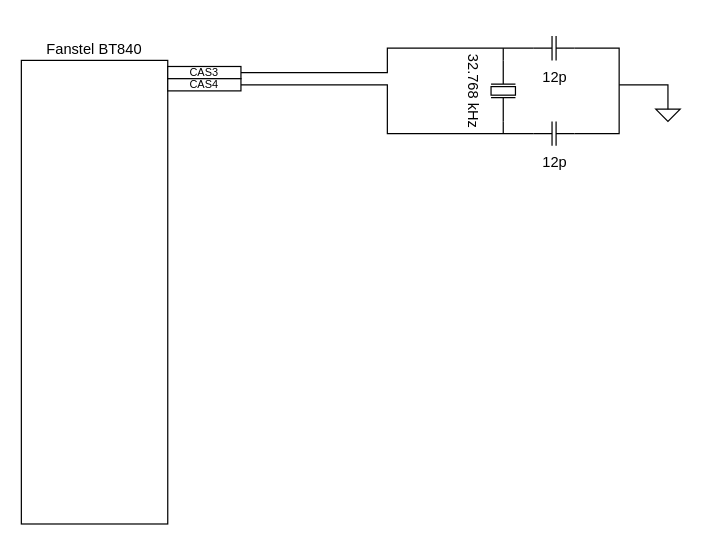
The draw.io diagram Untitled Diagram.drawio in StevenKnudsen/LowPowerLEDSmartWatch, before the edit. Source tidied: cells renumbered, new cells numbered last; positions are measured from the earlier drawing's top-left corner, leaving out a move shared by most shapes. Both pictures are drawn from the tidied source at 122%, with x=0, y=0 at pixel (21, 35).
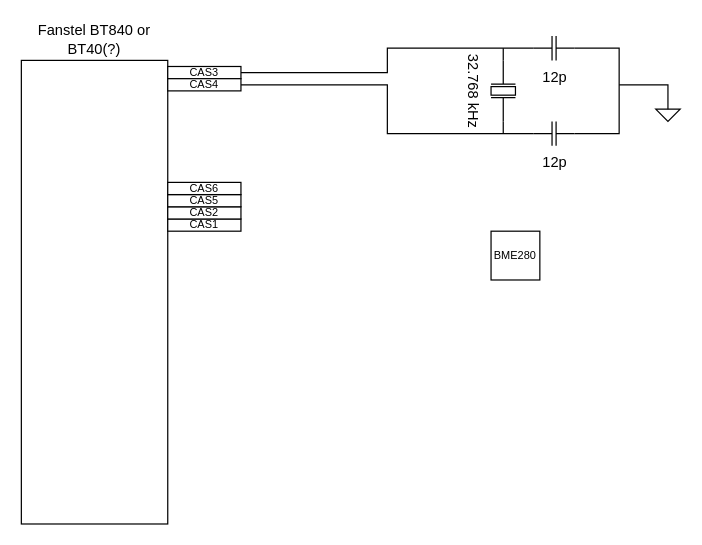
After the change.

What changed in the source:
```diff
@@
-    <mxCell id="2" value="Fanstel BT840" style="rounded=0;whiteSpace=wrap;html=1;align=center;labelPosition=center;verticalLabelPosition=top;verticalAlign=bottom;" parent="1" vertex="1">
+    <mxCell id="2" value="Fanstel BT840 or BT40(?)" style="rounded=0;whiteSpace=wrap;html=1;align=center;labelPosition=center;verticalLabelPosition=top;verticalAlign=bottom;" parent="1" vertex="1">
       <mxGeometry y="20" width="120" height="380" as="geometry" />
     </mxCell>
@@
+    <mxCell id="15" value="BME280" style="whiteSpace=wrap;html=1;fontSize=9;" parent="1" vertex="1">
+      <mxGeometry x="385" y="160" width="40" height="40" as="geometry" />
+    </mxCell>
+    <mxCell id="16" value="CAS1" style="rounded=0;whiteSpace=wrap;html=1;fontSize=9;" parent="1" vertex="1">
+      <mxGeometry x="120" y="150" width="60" height="10" as="geometry" />
+    </mxCell>
+    <mxCell id="17" value="CAS2" style="rounded=0;whiteSpace=wrap;html=1;fontSize=9;" parent="1" vertex="1">
+      <mxGeometry x="120" y="140" width="60" height="10" as="geometry" />
+    </mxCell>
+    <mxCell id="18" value="CAS5" style="rounded=0;whiteSpace=wrap;html=1;fontSize=9;" parent="1" vertex="1">
+      <mxGeometry x="120" y="130" width="60" height="10" as="geometry" />
+    </mxCell>
+    <mxCell id="19" value="CAS6" style="rounded=0;whiteSpace=wrap;html=1;fontSize=9;" parent="1" vertex="1">
+      <mxGeometry x="120" y="120" width="60" height="10" as="geometry" />
+    </mxCell>
```
